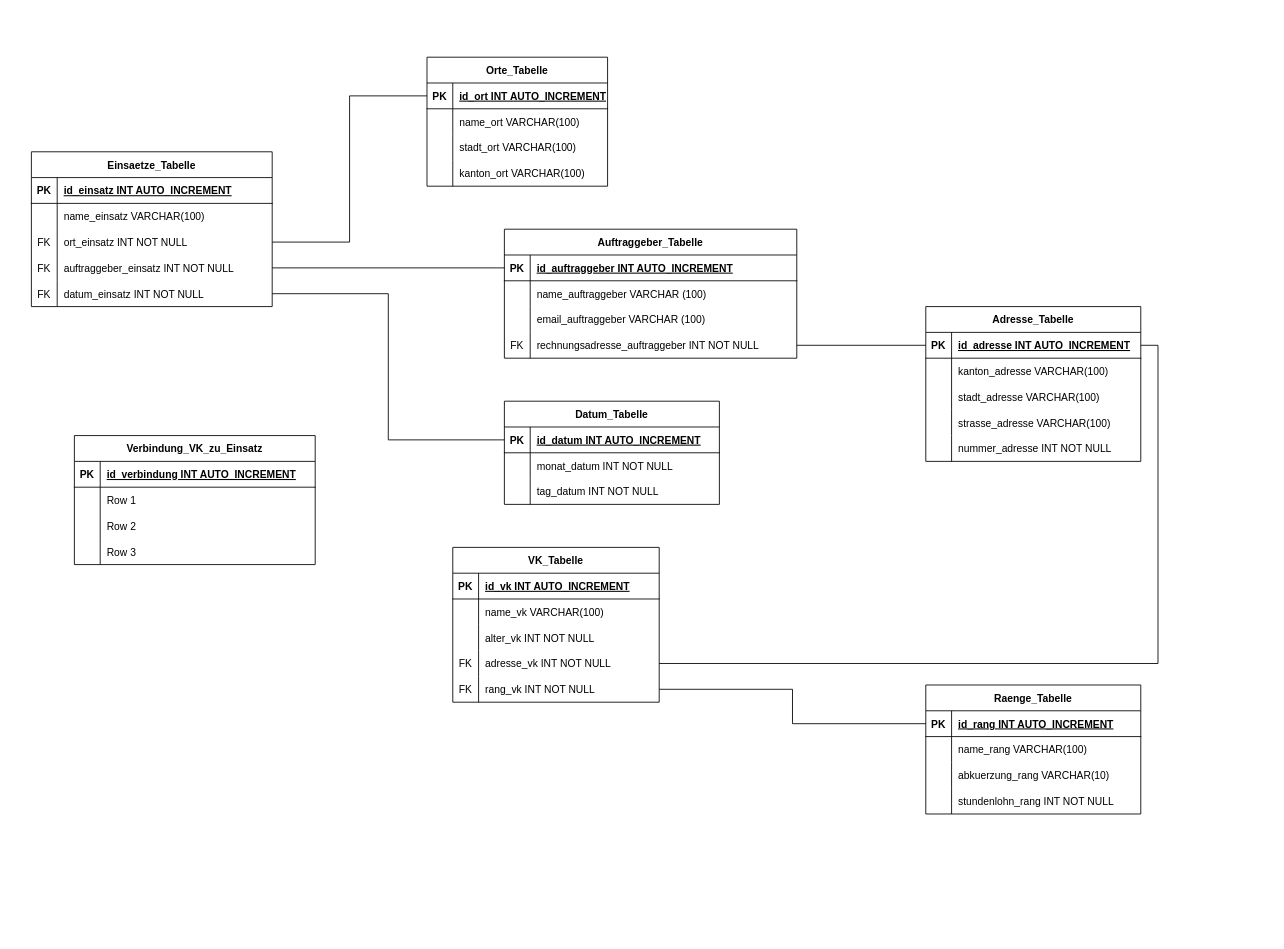
Earlier version of the draw.io diagram ERM_Datenbank.drawio (CMSuisse/ef5-Datenbank-Projekt). Source tidied: cells renumbered, new cells numbered last; positions are measured from the earlier drawing's top-left corner, leaving out a move shared by most shapes. Both pictures are drawn from the tidied source at 86%, with x=0, y=0 at pixel (31, 57).
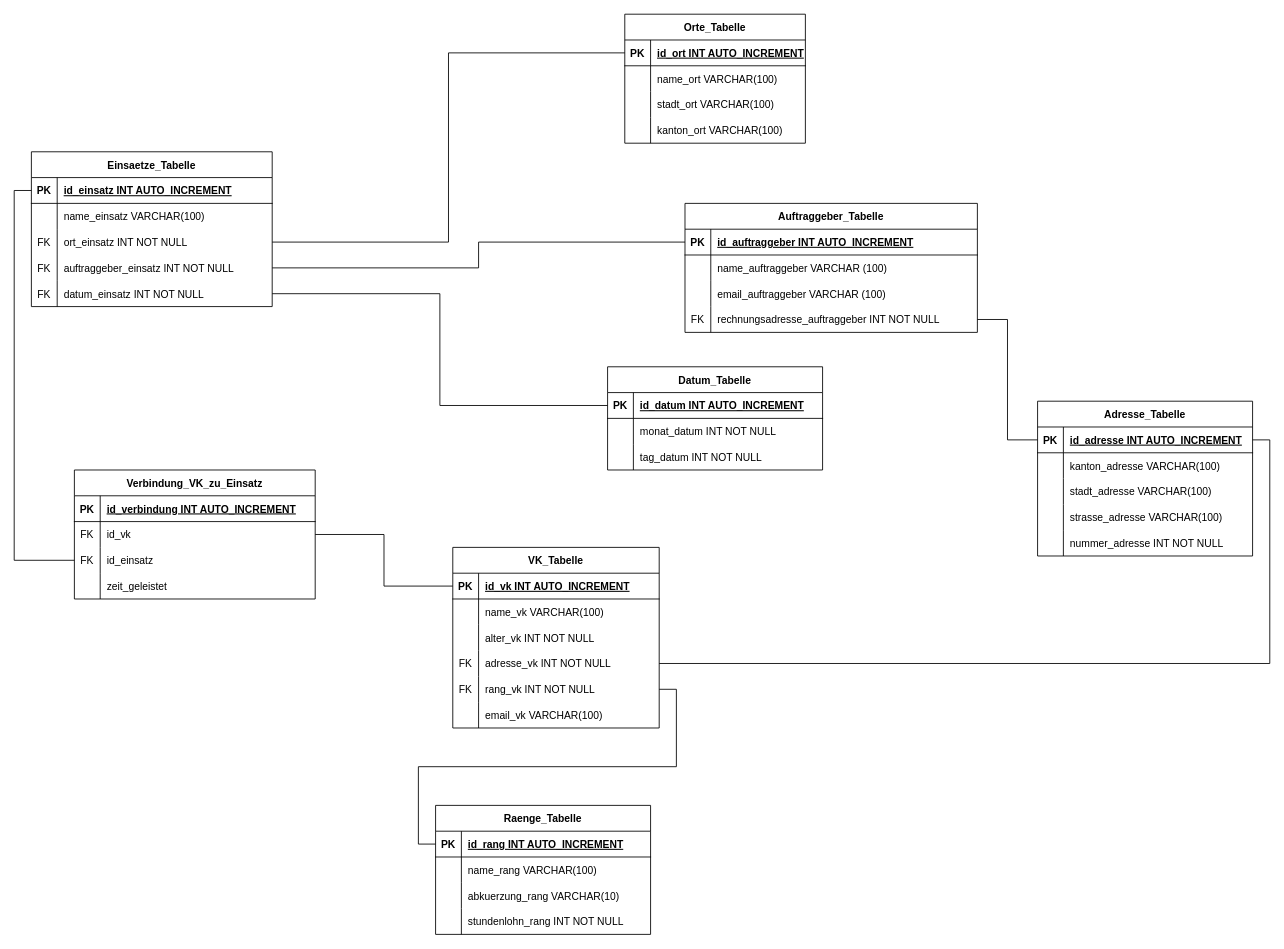
Above is the later version.

Commit message:
Finished the ERM

Unchanged cells that the change refers to:
```xml
<mxCell id="3" style="shape=tableRow;horizontal=0;startSize=0;swimlaneHead=0;swimlaneBody=0;fillColor=none;points=[[0,0.5],[1,0.5]];portConstraint=eastwest;top=0;left=0;right=0;bottom=1;" parent="2" vertex="1">
  <mxGeometry y="30" width="280" height="30" as="geometry" />
</mxCell>
<mxCell id="75" style="shape=tableRow;horizontal=0;startSize=0;swimlaneHead=0;swimlaneBody=0;fillColor=none;points=[[0,0.5],[1,0.5]];portConstraint=eastwest;top=0;left=0;right=0;bottom=1;" parent="74" vertex="1">
  <mxGeometry y="30" width="240" height="30" as="geometry" />
</mxCell>
<mxCell id="109" style="shape=tableRow;horizontal=0;startSize=0;swimlaneHead=0;swimlaneBody=0;fillColor=none;points=[[0,0.5],[1,0.5]];portConstraint=eastwest;top=0;left=0;right=0;bottom=0;" parent="105" vertex="1">
  <mxGeometry y="60" width="280" height="30" as="geometry" />
</mxCell>
<mxCell id="112" style="shape=tableRow;horizontal=0;startSize=0;swimlaneHead=0;swimlaneBody=0;fillColor=none;points=[[0,0.5],[1,0.5]];portConstraint=eastwest;top=0;left=0;right=0;bottom=0;" parent="105" vertex="1">
  <mxGeometry y="90" width="280" height="30" as="geometry" />
</mxCell>
<mxCell id="115" style="shape=tableRow;horizontal=0;startSize=0;swimlaneHead=0;swimlaneBody=0;fillColor=none;top=0;left=0;right=0;bottom=0;" parent="105" vertex="1">
  <mxGeometry y="120" width="280" height="30" as="geometry" />
</mxCell>
```

Diff of the diagram source:
```diff
@@
     <mxCell id="18" value="Orte_Tabelle" style="shape=table;startSize=30;childLayout=tableLayout;rowLines=0;fontStyle=1;align=center;" parent="1" vertex="1">
-      <mxGeometry x="460" width="210" height="150" as="geometry" />
+      <mxGeometry x="690" y="-50" width="210" height="150" as="geometry" />
     </mxCell>
@@
     <mxCell id="31" value="Auftraggeber_Tabelle" style="shape=table;startSize=30;childLayout=tableLayout;rowLines=0;fontStyle=1;align=center;" parent="1" vertex="1">
-      <mxGeometry x="550" y="200" width="340" height="150" as="geometry" />
+      <mxGeometry x="760" y="170" width="340" height="150" as="geometry" />
     </mxCell>
@@
     <mxCell id="46" value="Adresse_Tabelle" style="shape=table;startSize=30;childLayout=tableLayout;rowLines=0;fontStyle=1;align=center;" parent="1" vertex="1">
-      <mxGeometry x="1040" y="290" width="250" height="180" as="geometry" />
+      <mxGeometry x="1170" y="400" width="250" height="180" as="geometry" />
     </mxCell>
@@
     <mxCell id="63" value="Datum_Tabelle" style="shape=table;startSize=30;childLayout=tableLayout;rowLines=0;fontStyle=1;align=center;" parent="1" vertex="1">
-      <mxGeometry x="550" y="400" width="250" height="120" as="geometry" />
+      <mxGeometry x="670" y="360" width="250" height="120" as="geometry" />
     </mxCell>
@@
     <mxCell id="74" value="VK_Tabelle" style="shape=table;startSize=30;childLayout=tableLayout;rowLines=0;fontStyle=1;align=center;" parent="1" vertex="1">
-      <mxGeometry x="490" y="570" width="240" height="180" as="geometry" />
+      <mxGeometry x="490" y="570" width="240" height="210" as="geometry" />
     </mxCell>
@@
+    <mxCell id="118" style="shape=tableRow;horizontal=0;startSize=0;swimlaneHead=0;swimlaneBody=0;fillColor=none;top=0;left=0;right=0;bottom=0;" parent="74" vertex="1">
+      <mxGeometry y="180" width="240" height="30" as="geometry" />
+    </mxCell>
+    <mxCell id="119" style="shape=partialRectangle;fillColor=none;top=0;left=0;bottom=0;right=0;overflow=hidden;" parent="118" vertex="1">
+      <mxGeometry width="30" height="30" as="geometry" />
+    </mxCell>
+    <mxCell id="120" value="email_vk VARCHAR(100)" style="shape=partialRectangle;fillColor=none;top=0;left=0;bottom=0;right=0;align=left;spacingLeft=6;overflow=hidden;" parent="118" vertex="1">
+      <mxGeometry x="30" width="210" height="30" as="geometry" />
+    </mxCell>
@@
     <mxCell id="91" value="Raenge_Tabelle" style="shape=table;startSize=30;childLayout=tableLayout;rowLines=0;fontStyle=1;align=center;" parent="1" vertex="1">
-      <mxGeometry x="1040" y="730" width="250" height="150" as="geometry" />
+      <mxGeometry x="470" y="870" width="250" height="150" as="geometry" />
     </mxCell>
@@
     <mxCell id="105" value="Verbindung_VK_zu_Einsatz" style="shape=table;startSize=30;childLayout=tableLayout;rowLines=0;fontStyle=1;align=center;" parent="1" vertex="1">
-      <mxGeometry x="50" y="440" width="280" height="150" as="geometry" />
+      <mxGeometry x="50" y="480" width="280" height="150" as="geometry" />
     </mxCell>
@@
-    <mxCell id="110" style="shape=partialRectangle;fillColor=none;top=0;left=0;bottom=0;right=0;overflow=hidden;" parent="109" vertex="1">
+    <mxCell id="110" value="FK" style="shape=partialRectangle;fillColor=none;top=0;left=0;bottom=0;right=0;overflow=hidden;" parent="109" vertex="1">
       <mxGeometry width="30" height="30" as="geometry" />
     </mxCell>
-    <mxCell id="111" value="Row 1" style="shape=partialRectangle;fillColor=none;top=0;left=0;bottom=0;right=0;align=left;spacingLeft=6;overflow=hidden;" parent="109" vertex="1">
+    <mxCell id="111" value="id_vk" style="shape=partialRectangle;fillColor=none;top=0;left=0;bottom=0;right=0;align=left;spacingLeft=6;overflow=hidden;" parent="109" vertex="1">
       <mxGeometry x="30" width="250" height="30" as="geometry" />
     </mxCell>
@@
-    <mxCell id="113" style="shape=partialRectangle;fillColor=none;top=0;left=0;bottom=0;right=0;overflow=hidden;" parent="112" vertex="1">
+    <mxCell id="113" value="FK" style="shape=partialRectangle;fillColor=none;top=0;left=0;bottom=0;right=0;overflow=hidden;" parent="112" vertex="1">
       <mxGeometry width="30" height="30" as="geometry" />
     </mxCell>
-    <mxCell id="114" value="Row 2" style="shape=partialRectangle;fillColor=none;top=0;left=0;bottom=0;right=0;align=left;spacingLeft=6;overflow=hidden;" parent="112" vertex="1">
+    <mxCell id="114" value="id_einsatz" style="shape=partialRectangle;fillColor=none;top=0;left=0;bottom=0;right=0;align=left;spacingLeft=6;overflow=hidden;" parent="112" vertex="1">
       <mxGeometry x="30" width="250" height="30" as="geometry" />
     </mxCell>
@@
-    <mxCell id="117" value="Row 3" style="shape=partialRectangle;fillColor=none;top=0;left=0;bottom=0;right=0;align=left;spacingLeft=6;overflow=hidden;" parent="115" vertex="1">
+    <mxCell id="117" value="zeit_geleistet" style="shape=partialRectangle;fillColor=none;top=0;left=0;bottom=0;right=0;align=left;spacingLeft=6;overflow=hidden;" parent="115" vertex="1">
       <mxGeometry x="30" width="250" height="30" as="geometry" />
     </mxCell>
+    <mxCell id="121" style="edgeStyle=orthogonalEdgeStyle;rounded=0;jettySize=auto;html=1;exitX=1;exitY=0.5;exitDx=0;exitDy=0;entryX=0;entryY=0.5;entryDx=0;entryDy=0;endArrow=none;endFill=0;" parent="1" edge="1" source="109" target="75">
+      <mxGeometry relative="1" as="geometry" />
+    </mxCell>
+    <mxCell id="122" style="edgeStyle=orthogonalEdgeStyle;rounded=0;jettySize=auto;html=1;exitX=0;exitY=0.5;exitDx=0;exitDy=0;entryX=0;entryY=0.5;entryDx=0;entryDy=0;endArrow=none;endFill=0;" parent="1" edge="1" source="112" target="3">
+      <mxGeometry relative="1" as="geometry" />
+    </mxCell>
```
